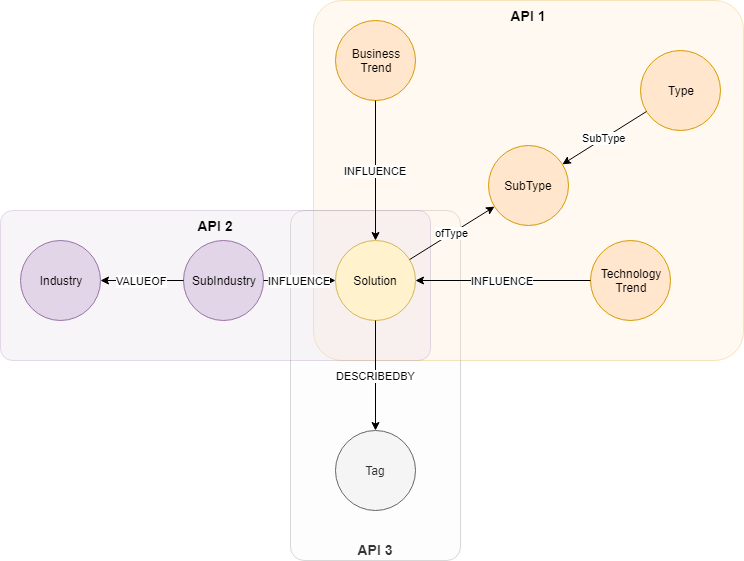
EnglishSid/DigitalExplorerSpecs keeps this draw.io diagram as internalContent/DEAPI's/ReportingAPIs/images/SolutionReport.png. Above is the earlier version. Source tidied: cells renumbered, new cells last; positions are measured from the earlier drawing's top-left corner, leaving out a move shared by most shapes. Source of this version:
```xml
<mxGraphModel>
  <root>
    <mxCell id="0" />
    <mxCell id="1" parent="0" />
    <mxCell id="2" value="API 3" style="rounded=1;whiteSpace=wrap;html=1;fontSize=14;opacity=25;arcSize=8;fillColor=#f5f5f5;strokeColor=#666666;fontColor=#333333;verticalAlign=bottom;fontStyle=1;" parent="1" vertex="1">
      <mxGeometry x="290" y="210" width="170" height="350" as="geometry" />
    </mxCell>
    <mxCell id="3" value="API 1" style="rounded=1;whiteSpace=wrap;html=1;fontSize=14;opacity=25;arcSize=8;fillColor=#ffe6cc;strokeColor=#d79b00;horizontal=1;fontColor=#000000;verticalAlign=top;fontStyle=1;" parent="1" vertex="1">
      <mxGeometry x="313" width="430" height="360" as="geometry" />
    </mxCell>
    <mxCell id="4" value="API 2" style="rounded=1;whiteSpace=wrap;html=1;fontSize=14;opacity=25;arcSize=8;fillColor=#e1d5e7;strokeColor=#9673a6;verticalAlign=top;fontStyle=1;" parent="1" vertex="1">
      <mxGeometry y="210" width="430" height="150" as="geometry" />
    </mxCell>
    <mxCell id="5" value="Solution" style="ellipse;whiteSpace=wrap;html=1;fillColor=#fff2cc;strokeColor=#d6b656;" parent="1" vertex="1">
      <mxGeometry x="335" y="240" width="80" height="80" as="geometry" />
    </mxCell>
    <mxCell id="6" value="SubType" style="ellipse;whiteSpace=wrap;html=1;fillColor=#ffe6cc;strokeColor=#d79b00;" parent="1" vertex="1">
      <mxGeometry x="488" y="145" width="80" height="80" as="geometry" />
    </mxCell>
    <mxCell id="7" value="Type" style="ellipse;whiteSpace=wrap;html=1;fillColor=#ffe6cc;strokeColor=#d79b00;" parent="1" vertex="1">
      <mxGeometry x="640" y="50" width="80" height="80" as="geometry" />
    </mxCell>
    <mxCell id="8" value="SubIndustry" style="ellipse;whiteSpace=wrap;html=1;fillColor=#e1d5e7;strokeColor=#9673a6;" parent="1" vertex="1">
      <mxGeometry x="183" y="240" width="80" height="80" as="geometry" />
    </mxCell>
    <mxCell id="9" value="Industry" style="ellipse;whiteSpace=wrap;html=1;fillColor=#e1d5e7;strokeColor=#9673a6;" parent="1" vertex="1">
      <mxGeometry x="20" y="240" width="80" height="80" as="geometry" />
    </mxCell>
    <mxCell id="10" value="Tag" style="ellipse;whiteSpace=wrap;html=1;fillColor=#f5f5f5;strokeColor=#666666;fontColor=#333333;" parent="1" vertex="1">
      <mxGeometry x="335" y="430" width="80" height="80" as="geometry" />
    </mxCell>
    <mxCell id="11" value="Business&lt;br&gt;Trend" style="ellipse;whiteSpace=wrap;html=1;fillColor=#ffe6cc;strokeColor=#d79b00;" parent="1" vertex="1">
      <mxGeometry x="335" y="20" width="80" height="80" as="geometry" />
    </mxCell>
    <mxCell id="12" value="Technology&lt;br&gt;Trend" style="ellipse;whiteSpace=wrap;html=1;fillColor=#ffe6cc;strokeColor=#d79b00;" parent="1" vertex="1">
      <mxGeometry x="590" y="240" width="80" height="80" as="geometry" />
    </mxCell>
    <mxCell id="13" value="INFLUENCE" style="endArrow=classic;html=1;" parent="1" edge="1" source="8" target="5">
      <mxGeometry relative="1" as="geometry" />
    </mxCell>
    <mxCell id="14" value="VALUEOF" style="endArrow=classic;html=1;" parent="1" edge="1" source="8" target="9">
      <mxGeometry relative="1" as="geometry" />
    </mxCell>
    <mxCell id="15" value="SubType" style="endArrow=classic;html=1;" parent="1" edge="1" source="7" target="6">
      <mxGeometry relative="1" as="geometry" />
    </mxCell>
    <mxCell id="16" value="ofType" style="endArrow=classic;html=1;" parent="1" edge="1" source="5" target="6">
      <mxGeometry relative="1" as="geometry" />
    </mxCell>
    <mxCell id="17" value="DESCRIBEDBY" style="endArrow=classic;html=1;" parent="1" edge="1" source="5" target="10">
      <mxGeometry relative="1" as="geometry" />
    </mxCell>
    <mxCell id="18" value="INFLUENCE" style="endArrow=classic;html=1;" parent="1" edge="1" source="11" target="5">
      <mxGeometry relative="1" as="geometry" />
    </mxCell>
    <mxCell id="19" value="INFLUENCE" style="endArrow=classic;html=1;" parent="1" edge="1" source="12" target="5">
      <mxGeometry relative="1" as="geometry" />
    </mxCell>
  </root>
</mxGraphModel>
```
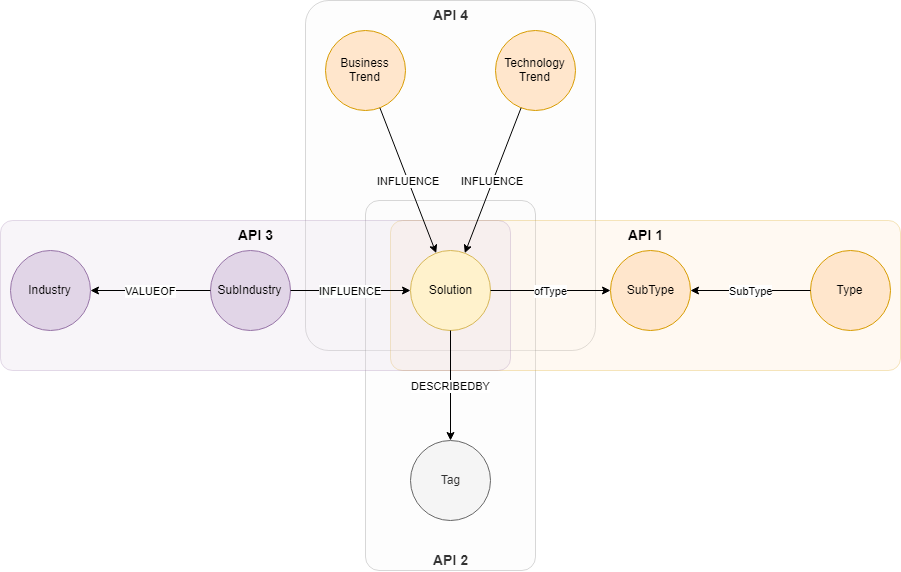
Later version of the same file.

Commit message:
:pencil: Solution report API and schema

Diff of the diagram source:
```diff
@@ -2,38 +2,41 @@
   <root>
     <mxCell id="0" />
     <mxCell id="1" parent="0" />
+    <mxCell id="20" value="API 4" style="rounded=1;whiteSpace=wrap;html=1;fontSize=14;opacity=25;arcSize=8;fillColor=#f5f5f5;strokeColor=#666666;fontColor=#333333;verticalAlign=top;fontStyle=1;" parent="1" vertex="1">
+      <mxGeometry x="325" y="-116" width="290" height="350" as="geometry" />
+    </mxCell>
+    <mxCell id="4" value="API 2" style="rounded=1;whiteSpace=wrap;html=1;fontSize=14;opacity=25;arcSize=8;fillColor=#f5f5f5;strokeColor=#666666;fontColor=#333333;verticalAlign=bottom;fontStyle=1;" parent="1" vertex="1">
+      <mxGeometry x="385" y="84" width="170" height="370" as="geometry" />
+    </mxCell>
+    <mxCell id="3" value="API 1" style="rounded=1;whiteSpace=wrap;html=1;fontSize=14;opacity=25;arcSize=8;fillColor=#ffe6cc;strokeColor=#d79b00;horizontal=1;fontColor=#000000;verticalAlign=top;fontStyle=1;" parent="1" vertex="1">
+      <mxGeometry x="410" y="104" width="510" height="150" as="geometry" />
+    </mxCell>
-    <mxCell id="2" value="API 3" style="rounded=1;whiteSpace=wrap;html=1;fontSize=14;opacity=25;arcSize=8;fillColor=#f5f5f5;strokeColor=#666666;fontColor=#333333;verticalAlign=bottom;fontStyle=1;" parent="1" vertex="1">
-      <mxGeometry x="290" y="210" width="170" height="350" as="geometry" />
+    <mxCell id="2" value="API 3" style="rounded=1;whiteSpace=wrap;html=1;fontSize=14;opacity=25;arcSize=8;fillColor=#e1d5e7;strokeColor=#9673a6;verticalAlign=top;fontStyle=1;" parent="1" vertex="1">
+      <mxGeometry x="20" y="104" width="510" height="150" as="geometry" />
     </mxCell>
-    <mxCell id="3" value="API 1" style="rounded=1;whiteSpace=wrap;html=1;fontSize=14;opacity=25;arcSize=8;fillColor=#ffe6cc;strokeColor=#d79b00;horizontal=1;fontColor=#000000;verticalAlign=top;fontStyle=1;" parent="1" vertex="1">
-      <mxGeometry x="313" width="430" height="360" as="geometry" />
-    </mxCell>
-    <mxCell id="4" value="API 2" style="rounded=1;whiteSpace=wrap;html=1;fontSize=14;opacity=25;arcSize=8;fillColor=#e1d5e7;strokeColor=#9673a6;verticalAlign=top;fontStyle=1;" parent="1" vertex="1">
-      <mxGeometry y="210" width="430" height="150" as="geometry" />
-    </mxCell>
     <mxCell id="5" value="Solution" style="ellipse;whiteSpace=wrap;html=1;fillColor=#fff2cc;strokeColor=#d6b656;" parent="1" vertex="1">
-      <mxGeometry x="335" y="240" width="80" height="80" as="geometry" />
+      <mxGeometry x="430" y="134" width="80" height="80" as="geometry" />
     </mxCell>
     <mxCell id="6" value="SubType" style="ellipse;whiteSpace=wrap;html=1;fillColor=#ffe6cc;strokeColor=#d79b00;" parent="1" vertex="1">
-      <mxGeometry x="488" y="145" width="80" height="80" as="geometry" />
+      <mxGeometry x="630" y="134" width="80" height="80" as="geometry" />
     </mxCell>
     <mxCell id="7" value="Type" style="ellipse;whiteSpace=wrap;html=1;fillColor=#ffe6cc;strokeColor=#d79b00;" parent="1" vertex="1">
-      <mxGeometry x="640" y="50" width="80" height="80" as="geometry" />
+      <mxGeometry x="830" y="134" width="80" height="80" as="geometry" />
     </mxCell>
     <mxCell id="8" value="SubIndustry" style="ellipse;whiteSpace=wrap;html=1;fillColor=#e1d5e7;strokeColor=#9673a6;" parent="1" vertex="1">
-      <mxGeometry x="183" y="240" width="80" height="80" as="geometry" />
+      <mxGeometry x="230" y="134" width="80" height="80" as="geometry" />
     </mxCell>
     <mxCell id="9" value="Industry" style="ellipse;whiteSpace=wrap;html=1;fillColor=#e1d5e7;strokeColor=#9673a6;" parent="1" vertex="1">
-      <mxGeometry x="20" y="240" width="80" height="80" as="geometry" />
+      <mxGeometry x="30" y="134" width="80" height="80" as="geometry" />
     </mxCell>
     <mxCell id="10" value="Tag" style="ellipse;whiteSpace=wrap;html=1;fillColor=#f5f5f5;strokeColor=#666666;fontColor=#333333;" parent="1" vertex="1">
-      <mxGeometry x="335" y="430" width="80" height="80" as="geometry" />
+      <mxGeometry x="430" y="324" width="80" height="80" as="geometry" />
     </mxCell>
     <mxCell id="11" value="Business&lt;br&gt;Trend" style="ellipse;whiteSpace=wrap;html=1;fillColor=#ffe6cc;strokeColor=#d79b00;" parent="1" vertex="1">
-      <mxGeometry x="335" y="20" width="80" height="80" as="geometry" />
+      <mxGeometry x="345" y="-86" width="80" height="80" as="geometry" />
     </mxCell>
     <mxCell id="12" value="Technology&lt;br&gt;Trend" style="ellipse;whiteSpace=wrap;html=1;fillColor=#ffe6cc;strokeColor=#d79b00;" parent="1" vertex="1">
-      <mxGeometry x="590" y="240" width="80" height="80" as="geometry" />
+      <mxGeometry x="515" y="-86" width="80" height="80" as="geometry" />
     </mxCell>
     <mxCell id="13" value="INFLUENCE" style="endArrow=classic;html=1;" parent="1" edge="1" source="8" target="5">
       <mxGeometry relative="1" as="geometry" />
```
